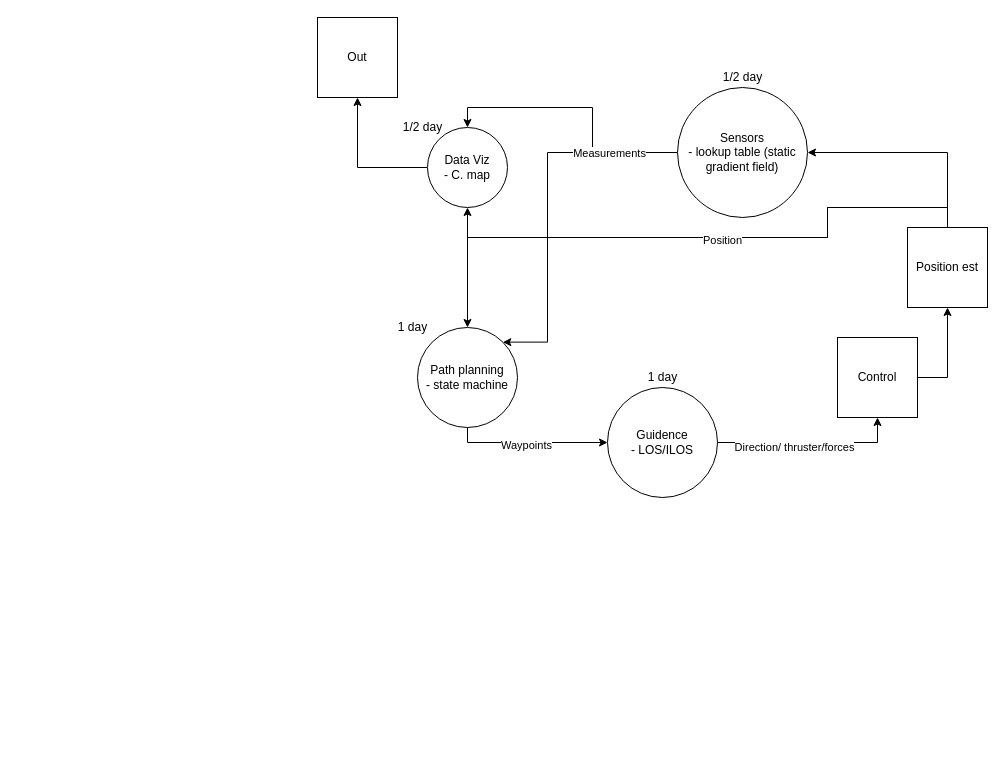
This is EVERYTHING/Plan and overview.drawio from fjodborg/Autonomous-Marine-Robotics, a draw.io file, before an edit. Source tidied: cells renumbered, new cells numbered last; positions are measured from the earlier drawing's top-left corner, leaving out a move shared by most shapes. Both pictures are drawn from the tidied source at 100%, with x=0, y=0 at pixel (317, 17).
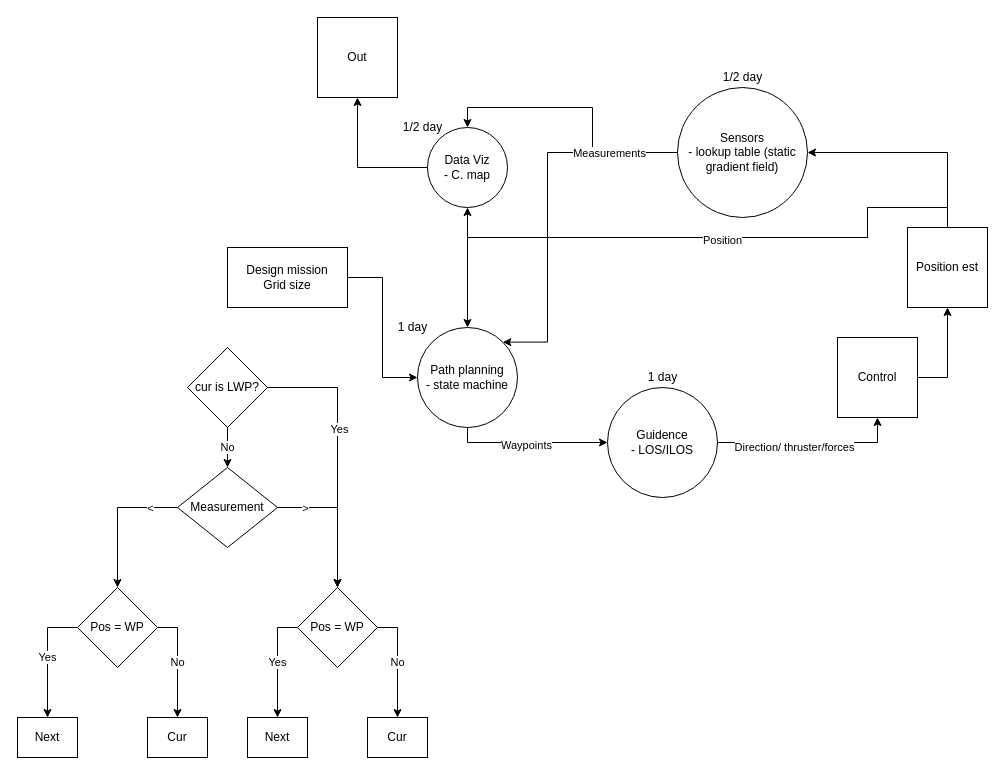
Above is the later version.

The change refers to these unchanged cells:
```xml
<mxCell id="3" value="Data Viz&lt;br&gt;- C. map" style="ellipse;whiteSpace=wrap;html=1;" parent="1" vertex="1">
  <mxGeometry x="110" y="110" width="80" height="80" as="geometry" />
</mxCell>
<mxCell id="10" value="Path planning&lt;br&gt;- state machine" style="ellipse;whiteSpace=wrap;html=1;" parent="1" vertex="1">
  <mxGeometry x="100" y="310" width="100" height="100" as="geometry" />
</mxCell>
<mxCell id="20" value="Position est" style="whiteSpace=wrap;html=1;" parent="1" vertex="1">
  <mxGeometry x="590" y="210" width="80" height="80" as="geometry" />
</mxCell>
```

Diff of the diagram source:
```diff
@@
     <mxCell id="17" style="edgeStyle=orthogonalEdgeStyle;rounded=0;jettySize=auto;html=1;exitX=0.5;exitY=0;exitDx=0;exitDy=0;entryX=0.5;entryY=1;entryDx=0;entryDy=0;" parent="1" edge="1" source="20" target="3">
       <mxGeometry relative="1" as="geometry">
         <Array as="points">
           <mxPoint x="630" y="190" />
-          <mxPoint x="510" y="190" />
-          <mxPoint x="510" y="220" />
+          <mxPoint x="550" y="190" />
+          <mxPoint x="550" y="220" />
           <mxPoint x="150" y="220" />
         </Array>
       </mxGeometry>
     </mxCell>
     <mxCell id="18" style="edgeStyle=orthogonalEdgeStyle;rounded=0;jettySize=auto;html=1;exitX=0.5;exitY=0;exitDx=0;exitDy=0;entryX=0.5;entryY=0;entryDx=0;entryDy=0;" parent="1" edge="1" source="20" target="10">
       <mxGeometry relative="1" as="geometry">
         <Array as="points">
           <mxPoint x="630" y="190" />
-          <mxPoint x="510" y="190" />
-          <mxPoint x="510" y="220" />
+          <mxPoint x="550" y="190" />
+          <mxPoint x="550" y="220" />
           <mxPoint x="150" y="220" />
         </Array>
       </mxGeometry>
     </mxCell>
@@
+    <mxCell id="26" value="No" style="edgeStyle=orthogonalEdgeStyle;rounded=0;jettySize=auto;html=1;exitX=0.5;exitY=1;exitDx=0;exitDy=0;entryX=0.5;entryY=0;entryDx=0;entryDy=0;" parent="1" edge="1" source="29" target="34">
+      <mxGeometry relative="1" as="geometry" />
+    </mxCell>
+    <mxCell id="27" style="edgeStyle=orthogonalEdgeStyle;rounded=0;jettySize=auto;html=1;exitX=1;exitY=0.5;exitDx=0;exitDy=0;entryX=0.5;entryY=0;entryDx=0;entryDy=0;" parent="1" edge="1" source="29" target="40">
+      <mxGeometry relative="1" as="geometry" />
+    </mxCell>
+    <mxCell id="28" value="Yes" style="edgeLabel;html=1;align=center;verticalAlign=middle;" parent="27" vertex="1">
+      <mxGeometry x="-0.18" y="1" relative="1" as="geometry" />
+    </mxCell>
+    <mxCell id="29" value="cur is LWP?" style="rhombus;whiteSpace=wrap;html=1;" parent="1" vertex="1">
+      <mxGeometry x="-130" y="330" width="80" height="80" as="geometry" />
+    </mxCell>
+    <mxCell id="30" style="edgeStyle=orthogonalEdgeStyle;rounded=0;jettySize=auto;html=1;exitX=0;exitY=0.5;exitDx=0;exitDy=0;entryX=0.5;entryY=0;entryDx=0;entryDy=0;" parent="1" edge="1" source="34" target="37">
+      <mxGeometry relative="1" as="geometry" />
+    </mxCell>
+    <mxCell id="31" value="&amp;lt;" style="edgeLabel;html=1;align=center;verticalAlign=middle;" parent="30" vertex="1">
+      <mxGeometry x="-0.73" y="1" relative="1" as="geometry">
+        <mxPoint x="-9" y="-1" as="offset" />
+      </mxGeometry>
+    </mxCell>
+    <mxCell id="32" style="edgeStyle=orthogonalEdgeStyle;rounded=0;jettySize=auto;html=1;exitX=1;exitY=0.5;exitDx=0;exitDy=0;entryX=0.5;entryY=0;entryDx=0;entryDy=0;" parent="1" edge="1" source="34" target="40">
+      <mxGeometry relative="1" as="geometry" />
+    </mxCell>
+    <mxCell id="33" value="&amp;gt;" style="edgeLabel;html=1;align=center;verticalAlign=middle;" parent="32" vertex="1">
+      <mxGeometry x="-0.39" relative="1" as="geometry">
+        <mxPoint x="-16" as="offset" />
+      </mxGeometry>
+    </mxCell>
+    <mxCell id="34" value="Measurement" style="rhombus;whiteSpace=wrap;html=1;" parent="1" vertex="1">
+      <mxGeometry x="-140" y="450" width="100" height="80" as="geometry" />
+    </mxCell>
+    <mxCell id="35" value="No" style="edgeStyle=orthogonalEdgeStyle;rounded=0;jettySize=auto;html=1;exitX=1;exitY=0.5;exitDx=0;exitDy=0;entryX=0.5;entryY=0;entryDx=0;entryDy=0;" parent="1" edge="1" source="37" target="42">
+      <mxGeometry relative="1" as="geometry" />
+    </mxCell>
+    <mxCell id="36" value="Yes" style="edgeStyle=orthogonalEdgeStyle;rounded=0;jettySize=auto;html=1;exitX=0;exitY=0.5;exitDx=0;exitDy=0;entryX=0.5;entryY=0;entryDx=0;entryDy=0;" parent="1" edge="1" source="37" target="41">
+      <mxGeometry relative="1" as="geometry" />
+    </mxCell>
+    <mxCell id="37" value="Pos = WP" style="rhombus;whiteSpace=wrap;html=1;" parent="1" vertex="1">
+      <mxGeometry x="-240" y="570" width="80" height="80" as="geometry" />
+    </mxCell>
+    <mxCell id="38" value="Yes" style="edgeStyle=orthogonalEdgeStyle;rounded=0;jettySize=auto;html=1;exitX=0;exitY=0.5;exitDx=0;exitDy=0;entryX=0.5;entryY=0;entryDx=0;entryDy=0;" parent="1" edge="1" source="40" target="44">
+      <mxGeometry relative="1" as="geometry" />
+    </mxCell>
+    <mxCell id="39" value="No" style="edgeStyle=orthogonalEdgeStyle;rounded=0;jettySize=auto;html=1;exitX=1;exitY=0.5;exitDx=0;exitDy=0;entryX=0.5;entryY=0;entryDx=0;entryDy=0;" parent="1" edge="1" source="40" target="43">
+      <mxGeometry relative="1" as="geometry" />
+    </mxCell>
+    <mxCell id="40" value="Pos = WP" style="rhombus;whiteSpace=wrap;html=1;" parent="1" vertex="1">
+      <mxGeometry x="-20" y="570" width="80" height="80" as="geometry" />
+    </mxCell>
+    <mxCell id="41" value="Next" style="rounded=0;whiteSpace=wrap;html=1;" parent="1" vertex="1">
+      <mxGeometry x="-300" y="700" width="60" height="40" as="geometry" />
+    </mxCell>
+    <mxCell id="42" value="Cur" style="rounded=0;whiteSpace=wrap;html=1;" parent="1" vertex="1">
+      <mxGeometry x="-170" y="700" width="60" height="40" as="geometry" />
+    </mxCell>
+    <mxCell id="43" value="Cur" style="rounded=0;whiteSpace=wrap;html=1;" parent="1" vertex="1">
+      <mxGeometry x="50" y="700" width="60" height="40" as="geometry" />
+    </mxCell>
+    <mxCell id="44" value="Next" style="rounded=0;whiteSpace=wrap;html=1;" parent="1" vertex="1">
+      <mxGeometry x="-70" y="700" width="60" height="40" as="geometry" />
+    </mxCell>
+    <mxCell id="45" style="edgeStyle=orthogonalEdgeStyle;rounded=0;jettySize=auto;html=1;exitX=1;exitY=0.5;exitDx=0;exitDy=0;entryX=0;entryY=0.5;entryDx=0;entryDy=0;" parent="1" edge="1" source="46" target="10">
+      <mxGeometry relative="1" as="geometry" />
+    </mxCell>
+    <mxCell id="46" value="Design mission&lt;br&gt;Grid size" style="rounded=0;whiteSpace=wrap;html=1;" parent="1" vertex="1">
+      <mxGeometry x="-90" y="230" width="120" height="60" as="geometry" />
+    </mxCell>
```
